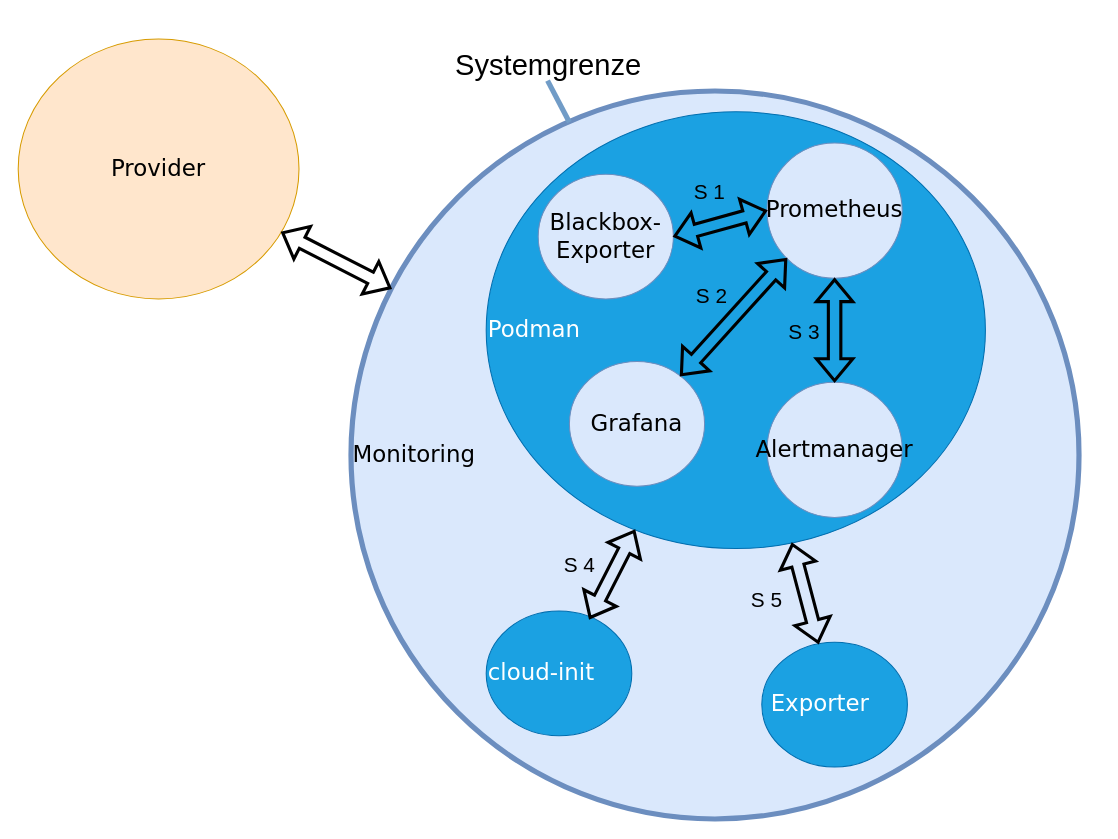
Earlier version of the draw.io diagram monitoring/images/seusag.drawio (blro-ep/ITCNE23-SEM-I). Source tidied: cells renumbered, new cells numbered last; positions are measured from the earlier drawing's top-left corner, leaving out a move shared by most shapes. Both pictures are drawn from the tidied source at 104%, with x=0, y=0 at pixel (18, 38).
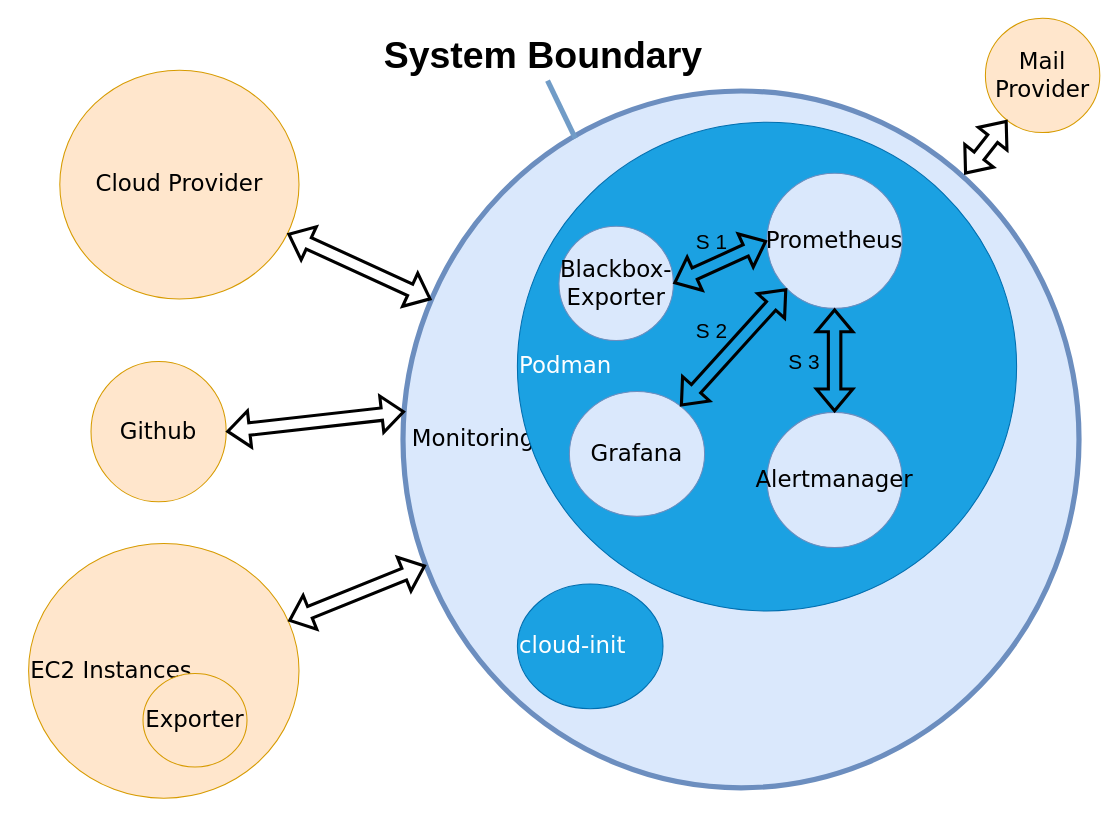
The same page after the edit.

What changed in the source:
```diff
@@
-    <mxCell id="2" value="Monitoring" style="ellipse;whiteSpace=wrap;html=1;rounded=0;shadow=0;dashed=0;comic=0;fontFamily=Verdana;fontSize=22;fillColor=#dae8fc;strokeColor=#6c8ebf;align=left;strokeWidth=5;" parent="1" vertex="1">
-      <mxGeometry x="320" y="50" width="700" height="700" as="geometry" />
+    <mxCell id="2" value="&amp;nbsp;Monitoring" style="ellipse;whiteSpace=wrap;html=1;rounded=0;shadow=0;dashed=0;comic=0;fontFamily=Verdana;fontSize=22;fillColor=#dae8fc;strokeColor=#6c8ebf;align=left;strokeWidth=5;" parent="1" vertex="1">
+      <mxGeometry x="370" y="50" width="650" height="670" as="geometry" />
     </mxCell>
     <mxCell id="3" value="Podman" style="ellipse;whiteSpace=wrap;html=1;rounded=0;shadow=0;dashed=0;comic=0;fontFamily=Verdana;fontSize=22;fillColor=#1ba1e2;strokeColor=#006EAF;align=left;fontColor=#ffffff;strokeWidth=1;" parent="1" vertex="1">
-      <mxGeometry x="450" y="70" width="480" height="420" as="geometry" />
+      <mxGeometry x="480" y="80" width="480" height="470" as="geometry" />
     </mxCell>
     <mxCell id="4" value="Grafana" style="ellipse;whiteSpace=wrap;html=1;rounded=0;shadow=0;dashed=0;comic=0;fontFamily=Verdana;fontSize=22;fillColor=#dae8fc;strokeColor=#6c8ebf;" parent="1" vertex="1">
-      <mxGeometry x="530" y="310" width="130" height="120" as="geometry" />
+      <mxGeometry x="530" y="339" width="130" height="120" as="geometry" />
     </mxCell>
     <mxCell id="5" value="Prometheus" style="ellipse;whiteSpace=wrap;html=1;rounded=0;shadow=0;dashed=0;comic=0;fontFamily=Verdana;fontSize=22;fillColor=#dae8fc;strokeColor=#6c8ebf;" parent="1" vertex="1">
-      <mxGeometry x="720" y="100" width="130" height="130" as="geometry" />
+      <mxGeometry x="720" y="129" width="130" height="130" as="geometry" />
     </mxCell>
     <mxCell id="6" value="Blackbox-Exporter" style="ellipse;whiteSpace=wrap;html=1;rounded=0;shadow=0;dashed=0;comic=0;fontFamily=Verdana;fontSize=22;fillColor=#dae8fc;strokeColor=#6c8ebf;" parent="1" vertex="1">
-      <mxGeometry x="500" y="130" width="130" height="120" as="geometry" />
+      <mxGeometry x="520" y="180" width="110" height="110" as="geometry" />
     </mxCell>
     <mxCell id="7" value="Alertmanager" style="ellipse;whiteSpace=wrap;html=1;rounded=0;shadow=0;dashed=0;comic=0;fontFamily=Verdana;fontSize=22;fillColor=#dae8fc;strokeColor=#6c8ebf;" parent="1" vertex="1">
-      <mxGeometry x="720" y="330" width="130" height="130" as="geometry" />
+      <mxGeometry x="720" y="359" width="130" height="130" as="geometry" />
     </mxCell>
-    <mxCell id="8" value="Provider" style="ellipse;whiteSpace=wrap;html=1;rounded=0;shadow=0;dashed=0;comic=0;fontFamily=Verdana;fontSize=22;fillColor=#ffe6cc;strokeColor=#d79b00;" parent="1" vertex="1">
-      <mxGeometry width="270" height="250" as="geometry" />
+    <mxCell id="8" value="Cloud Provider" style="ellipse;whiteSpace=wrap;html=1;rounded=0;shadow=0;dashed=0;comic=0;fontFamily=Verdana;fontSize=22;fillColor=#ffe6cc;strokeColor=#d79b00;" parent="1" vertex="1">
+      <mxGeometry x="40" y="30" width="230" height="220" as="geometry" />
     </mxCell>
     <mxCell id="9" value="cloud-init" style="ellipse;whiteSpace=wrap;html=1;rounded=0;shadow=0;dashed=0;comic=0;fontFamily=Verdana;fontSize=22;fillColor=#1ba1e2;strokeColor=#006EAF;align=left;fontColor=#ffffff;" parent="1" vertex="1">
-      <mxGeometry x="450" y="550" width="140" height="120" as="geometry" />
+      <mxGeometry x="480" y="524" width="140" height="120" as="geometry" />
     </mxCell>
-    <mxCell id="10" value="&amp;nbsp;Exporter" style="ellipse;whiteSpace=wrap;html=1;rounded=0;shadow=0;dashed=0;comic=0;fontFamily=Verdana;fontSize=22;fillColor=#1ba1e2;strokeColor=#006EAF;align=left;fontColor=#ffffff;" parent="1" vertex="1">
-      <mxGeometry x="715" y="580" width="140" height="120" as="geometry" />
-    </mxCell>
-    <mxCell id="11" style="endArrow=classic;html=1;rounded=0;exitX=0.709;exitY=0.063;exitDx=0;exitDy=0;startArrow=classic;startFill=1;endFill=1;strokeWidth=3;shape=flexArrow;exitPerimeter=0;" parent="1" edge="1" source="9" target="3">
-      <mxGeometry relative="1" as="geometry" />
-    </mxCell>
-    <mxCell id="12" style="endArrow=classic;html=1;rounded=0;startArrow=classic;startFill=1;endFill=1;shape=flexArrow;strokeWidth=3;" parent="1" edge="1" source="10" target="3">
-      <mxGeometry relative="1" as="geometry" />
-    </mxCell>
@@
-    <mxCell id="17" style="endArrow=none;html=1;rounded=0;strokeWidth=5;strokeColor=#719CC7;" parent="1" edge="1">
+    <mxCell id="17" style="endArrow=none;html=1;rounded=0;strokeWidth=5;strokeColor=#719CC7;entryX=0.255;entryY=0.068;entryDx=0;entryDy=0;entryPerimeter=0;" parent="1" edge="1" target="2">
       <mxGeometry relative="1" as="geometry">
         <mxPoint x="509" y="40" as="sourcePoint" />
-        <mxPoint x="530" y="80" as="targetPoint" />
       </mxGeometry>
     </mxCell>
-    <mxCell id="18" value="&lt;font style=&quot;font-size: 28px;&quot;&gt;Systemgrenze&lt;/font&gt;" style="text;html=1;strokeColor=none;fillColor=none;align=center;verticalAlign=middle;whiteSpace=wrap;rounded=0;" parent="1" vertex="1">
-      <mxGeometry x="390" y="10" width="240" height="30" as="geometry" />
+    <mxCell id="18" value="&lt;font size=&quot;1&quot; style=&quot;&quot;&gt;&lt;b style=&quot;font-size: 36px;&quot;&gt;System Boundary&lt;/b&gt;&lt;/font&gt;" style="text;html=1;strokeColor=none;fillColor=none;align=center;verticalAlign=middle;whiteSpace=wrap;rounded=0;" parent="1" vertex="1">
+      <mxGeometry x="310" y="-10" width="390" height="50" as="geometry" />
     </mxCell>
     <mxCell id="19" value="&lt;font style=&quot;font-size: 20px;&quot;&gt;S 1&lt;/font&gt;" style="text;html=1;strokeColor=none;fillColor=none;align=center;verticalAlign=middle;whiteSpace=wrap;rounded=0;" parent="1" vertex="1">
-      <mxGeometry x="635" y="131" width="60" height="30" as="geometry" />
+      <mxGeometry x="637" y="179" width="60" height="30" as="geometry" />
     </mxCell>
     <mxCell id="20" value="&lt;font style=&quot;font-size: 20px;&quot;&gt;S 2&lt;/font&gt;" style="text;html=1;strokeColor=none;fillColor=none;align=center;verticalAlign=middle;whiteSpace=wrap;rounded=0;" parent="1" vertex="1">
-      <mxGeometry x="637" y="231" width="60" height="30" as="geometry" />
+      <mxGeometry x="637" y="265" width="60" height="30" as="geometry" />
     </mxCell>
     <mxCell id="21" value="&lt;font style=&quot;font-size: 20px;&quot;&gt;S 3&lt;/font&gt;" style="text;html=1;strokeColor=none;fillColor=none;align=center;verticalAlign=middle;whiteSpace=wrap;rounded=0;" parent="1" vertex="1">
-      <mxGeometry x="726" y="266" width="60" height="30" as="geometry" />
+      <mxGeometry x="726" y="295" width="60" height="30" as="geometry" />
     </mxCell>
-    <mxCell id="22" value="&lt;font style=&quot;font-size: 20px;&quot;&gt;S 4&lt;/font&gt;" style="text;html=1;strokeColor=none;fillColor=none;align=center;verticalAlign=middle;whiteSpace=wrap;rounded=0;" parent="1" vertex="1">
-      <mxGeometry x="510" y="490" width="60" height="30" as="geometry" />
-    </mxCell>
-    <mxCell id="23" value="&lt;font style=&quot;font-size: 20px;&quot;&gt;S 5&lt;/font&gt;" style="text;html=1;strokeColor=none;fillColor=none;align=center;verticalAlign=middle;whiteSpace=wrap;rounded=0;" parent="1" vertex="1">
-      <mxGeometry x="690" y="524" width="60" height="30" as="geometry" />
-    </mxCell>
+    <mxCell id="24" value="EC2 Instances" style="ellipse;whiteSpace=wrap;html=1;rounded=0;shadow=0;dashed=0;comic=0;fontFamily=Verdana;fontSize=22;fillColor=#ffe6cc;strokeColor=#d79b00;align=left;" parent="1" vertex="1">
+      <mxGeometry x="10" y="485" width="260" height="245" as="geometry" />
+    </mxCell>
+    <mxCell id="25" style="endArrow=block;html=1;rounded=0;shape=flexArrow;startArrow=block;strokeWidth=3;" parent="1" edge="1" source="2" target="24">
+      <mxGeometry relative="1" as="geometry" />
+    </mxCell>
+    <mxCell id="26" value="Github" style="ellipse;whiteSpace=wrap;html=1;rounded=0;shadow=0;dashed=0;comic=0;fontFamily=Verdana;fontSize=22;fillColor=#ffe6cc;strokeColor=#d79b00;" parent="1" vertex="1">
+      <mxGeometry x="70" y="310" width="130" height="135" as="geometry" />
+    </mxCell>
+    <mxCell id="27" style="endArrow=block;html=1;rounded=0;shape=flexArrow;startArrow=block;strokeWidth=3;entryX=1;entryY=0.5;entryDx=0;entryDy=0;exitX=0.003;exitY=0.46;exitDx=0;exitDy=0;exitPerimeter=0;" parent="1" edge="1" source="2" target="26">
+      <mxGeometry relative="1" as="geometry" />
+    </mxCell>
+    <mxCell id="10" value="Exporter" style="ellipse;whiteSpace=wrap;html=1;rounded=0;shadow=0;dashed=0;comic=0;fontFamily=Verdana;fontSize=22;fillColor=#ffe6cc;strokeColor=#d79b00;" parent="1" vertex="1">
+      <mxGeometry x="120" y="610" width="100" height="90" as="geometry" />
+    </mxCell>
+    <mxCell id="28" value="Mail Provider" style="ellipse;whiteSpace=wrap;html=1;rounded=0;shadow=0;dashed=0;comic=0;fontFamily=Verdana;fontSize=22;fillColor=#ffe6cc;strokeColor=#d79b00;" parent="1" vertex="1">
+      <mxGeometry x="930" y="-20" width="110" height="110" as="geometry" />
+    </mxCell>
+    <mxCell id="29" style="endArrow=block;html=1;rounded=0;shape=flexArrow;startArrow=block;strokeWidth=3;" parent="1" edge="1" source="28">
+      <mxGeometry relative="1" as="geometry">
+        <mxPoint x="910" y="130" as="targetPoint" />
+      </mxGeometry>
+    </mxCell>
```
